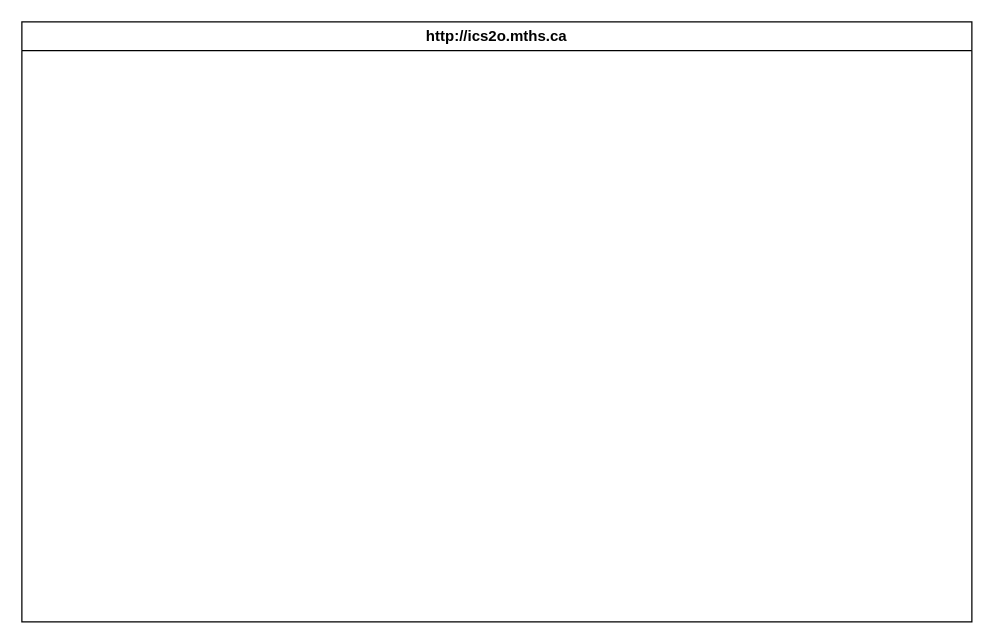
This is design/storyboard.drawio from MTHS-ICD2O-1-2023/ICD2O-Unit-5-05-Adam-Batiuk, a draw.io file, before an edit. Source tidied: cells renumbered, new cells numbered last; positions are measured from the earlier drawing's top-left corner, leaving out a move shared by most shapes. Both pictures are drawn from the tidied source at 125%, with x=0, y=0 at pixel (21, 21).
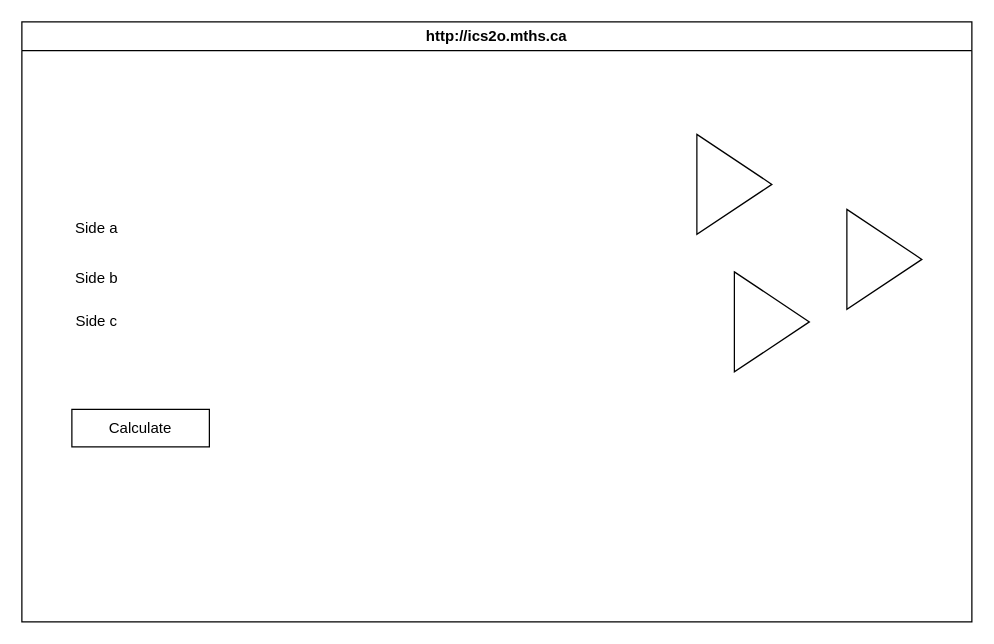
The same diagram, later.

What changed in the source:
```diff
@@
 <mxGraphModel>
   <root>
     <mxCell id="0" />
     <mxCell id="1" parent="0" />
     <mxCell id="2" value="http://ics2o.mths.ca" style="swimlane;whiteSpace=wrap;html=1;" parent="1" vertex="1">
       <mxGeometry width="760" height="480" as="geometry" />
     </mxCell>
+    <mxCell id="3" style="triangle;whiteSpace=wrap;html=1;" parent="2" vertex="1">
+      <mxGeometry x="540" y="90" width="60" height="80" as="geometry" />
+    </mxCell>
+    <mxCell id="4" style="triangle;whiteSpace=wrap;html=1;" parent="2" vertex="1">
+      <mxGeometry x="660" y="150" width="60" height="80" as="geometry" />
+    </mxCell>
+    <mxCell id="5" style="triangle;whiteSpace=wrap;html=1;" parent="2" vertex="1">
+      <mxGeometry x="570" y="200" width="60" height="80" as="geometry" />
+    </mxCell>
+    <mxCell id="6" value="Calculate" style="rounded=0;whiteSpace=wrap;html=1;" parent="2" vertex="1">
+      <mxGeometry x="40" y="310" width="110" height="30" as="geometry" />
+    </mxCell>
+    <mxCell id="7" value="Side a" style="text;html=1;strokeColor=none;fillColor=none;align=center;verticalAlign=middle;whiteSpace=wrap;rounded=0;" parent="2" vertex="1">
+      <mxGeometry x="30" y="150" width="60" height="30" as="geometry" />
+    </mxCell>
+    <mxCell id="8" value="Side b" style="text;html=1;strokeColor=none;fillColor=none;align=center;verticalAlign=middle;whiteSpace=wrap;rounded=0;" parent="2" vertex="1">
+      <mxGeometry x="30" y="190" width="60" height="30" as="geometry" />
+    </mxCell>
+    <mxCell id="9" value="Side c" style="text;html=1;strokeColor=none;fillColor=none;align=center;verticalAlign=middle;whiteSpace=wrap;rounded=0;" parent="2" vertex="1">
+      <mxGeometry x="30" y="225" width="60" height="30" as="geometry" />
+    </mxCell>
   </root>
 </mxGraphModel>
```
